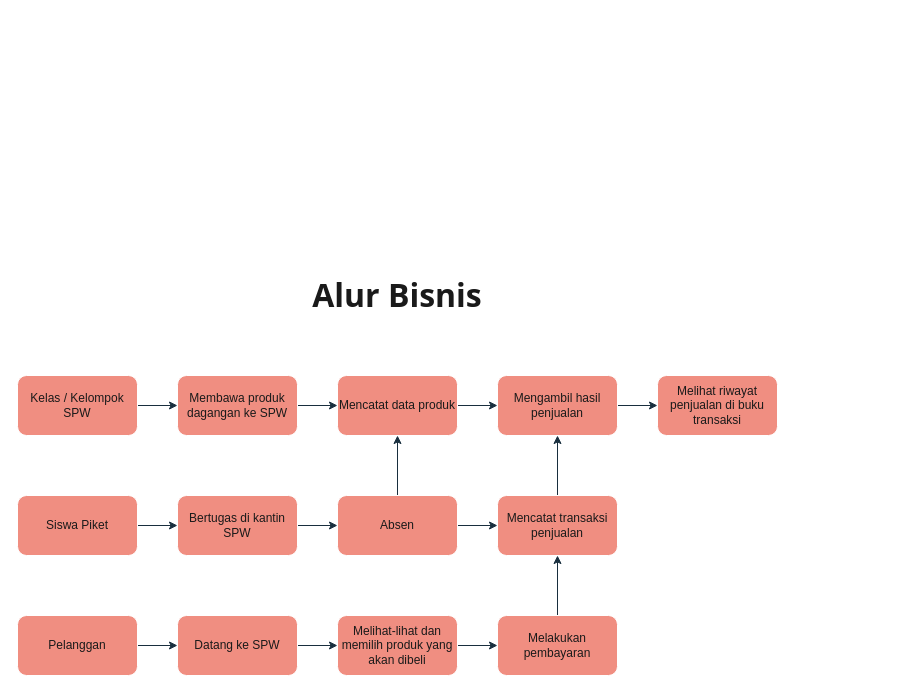
Earlier version of the draw.io diagram page "Alur Bisnis" (1 of 2) of Alur_KantinSPW.drawio (silvynrr/diagram-kantin-spw). Source tidied: cells renumbered, new cells numbered last; positions are measured from the earlier drawing's top-left corner, leaving out a move shared by most shapes. Both pictures are drawn from the tidied source at 100%, with x=0, y=0 at pixel (17, 255).
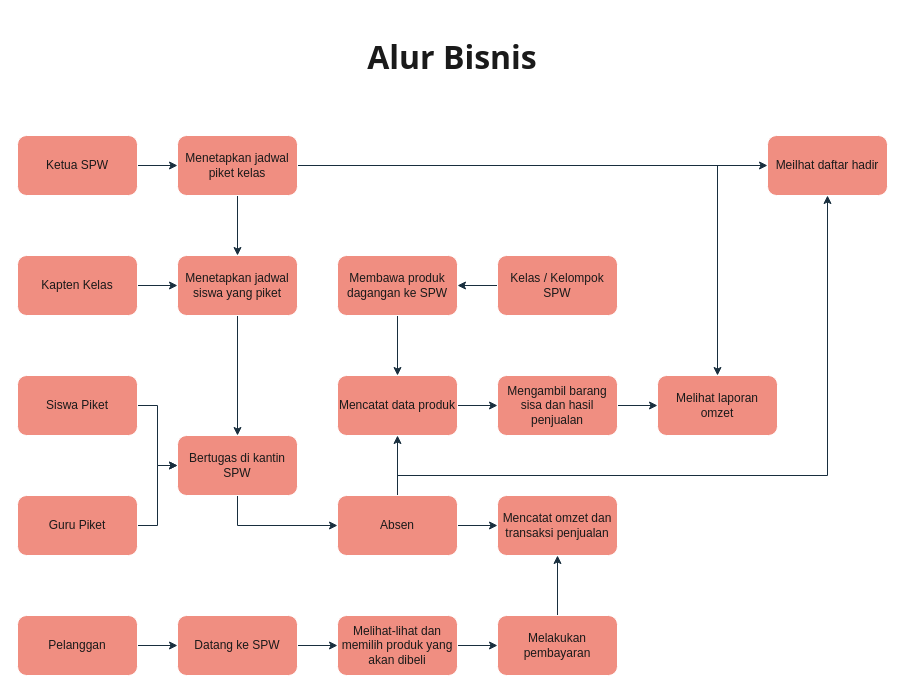
After the change.

Unchanged cells that the change refers to:
```xml
<mxCell id="10" value="Melakukan pembayaran" style="whiteSpace=wrap;html=1;fillColor=#F08E81;strokeColor=#FFFFFF;fontColor=#1A1A1A;rounded=1;labelBackgroundColor=none;" parent="1" vertex="1">
  <mxGeometry x="480" y="360" width="120" height="60" as="geometry" />
</mxCell>
<mxCell id="16" value="Mencatat data produk" style="whiteSpace=wrap;html=1;fillColor=#F08E81;strokeColor=#FFFFFF;fontColor=#1A1A1A;rounded=1;labelBackgroundColor=none;" parent="1" vertex="1">
  <mxGeometry x="320" y="120" width="120" height="60" as="geometry" />
</mxCell>
<mxCell id="23" value="Absen" style="rounded=1;whiteSpace=wrap;html=1;strokeColor=#FFFFFF;fontColor=#1A1A1A;fillColor=#F08E81;labelBackgroundColor=none;" parent="1" vertex="1">
  <mxGeometry x="320" y="240" width="120" height="60" as="geometry" />
</mxCell>
```

Change to the diagram source:
```diff
@@
     <mxCell id="2" value="Alur Bisnis" style="text;html=1;align=center;verticalAlign=middle;whiteSpace=wrap;rounded=0;fontColor=#1A1A1A;labelBackgroundColor=none;fontSize=32;fontStyle=1;fontFamily=Tahoma;" parent="1" vertex="1">
-      <mxGeometry width="760" height="80" as="geometry" />
+      <mxGeometry y="-238" width="870" height="80" as="geometry" />
     </mxCell>
+    <mxCell id="29" style="edgeStyle=orthogonalEdgeStyle;rounded=0;jettySize=auto;html=1;strokeColor=#182E3E;fontColor=#1A1A1A;" parent="1" edge="1" source="30" target="32">
+      <mxGeometry relative="1" as="geometry" />
+    </mxCell>
+    <mxCell id="30" value="Kapten Kelas" style="rounded=1;whiteSpace=wrap;html=1;strokeColor=#FFFFFF;fontColor=#1A1A1A;fillColor=#F08E81;labelBackgroundColor=none;" parent="1" vertex="1">
+      <mxGeometry width="120" height="60" as="geometry" />
+    </mxCell>
+    <mxCell id="31" style="edgeStyle=orthogonalEdgeStyle;rounded=0;jettySize=auto;html=1;strokeColor=#182E3E;fontColor=#1A1A1A;" parent="1" edge="1" source="32" target="20">
+      <mxGeometry relative="1" as="geometry" />
+    </mxCell>
+    <mxCell id="32" value="Menetapkan jadwal siswa yang piket" style="whiteSpace=wrap;html=1;fillColor=#F08E81;strokeColor=#FFFFFF;fontColor=#1A1A1A;rounded=1;labelBackgroundColor=none;" parent="1" vertex="1">
+      <mxGeometry x="160" width="120" height="60" as="geometry" />
+    </mxCell>
+    <mxCell id="33" style="edgeStyle=orthogonalEdgeStyle;rounded=0;jettySize=auto;html=1;strokeColor=#182E3E;fontColor=#1A1A1A;" parent="1" edge="1" source="34" target="38">
+      <mxGeometry relative="1" as="geometry" />
+    </mxCell>
+    <mxCell id="34" value="Ketua SPW" style="rounded=1;whiteSpace=wrap;html=1;strokeColor=#FFFFFF;fontColor=#1A1A1A;fillColor=#F08E81;labelBackgroundColor=none;" parent="1" vertex="1">
+      <mxGeometry y="-120" width="120" height="60" as="geometry" />
+    </mxCell>
+    <mxCell id="35" style="edgeStyle=orthogonalEdgeStyle;rounded=0;jettySize=auto;html=1;strokeColor=#182E3E;fontColor=#1A1A1A;" parent="1" edge="1" source="38" target="32">
+      <mxGeometry relative="1" as="geometry" />
+    </mxCell>
+    <mxCell id="36" style="edgeStyle=orthogonalEdgeStyle;rounded=0;jettySize=auto;html=1;strokeColor=#182E3E;fontColor=#1A1A1A;" parent="1" edge="1" source="38" target="46">
+      <mxGeometry relative="1" as="geometry" />
+    </mxCell>
+    <mxCell id="37" style="edgeStyle=orthogonalEdgeStyle;rounded=0;jettySize=auto;html=1;strokeColor=#182E3E;fontColor=#1A1A1A;" parent="1" edge="1" source="38" target="49">
+      <mxGeometry relative="1" as="geometry" />
+    </mxCell>
+    <mxCell id="38" value="Menetapkan jadwal piket kelas" style="whiteSpace=wrap;html=1;fillColor=#F08E81;strokeColor=#FFFFFF;fontColor=#1A1A1A;rounded=1;labelBackgroundColor=none;" parent="1" vertex="1">
+      <mxGeometry x="160" y="-120" width="120" height="60" as="geometry" />
+    </mxCell>
@@
-    <mxCell id="9" style="edgeStyle=orthogonalEdgeStyle;rounded=0;jettySize=auto;html=1;strokeColor=#182E3E;fontColor=default;labelBackgroundColor=none;" parent="1" edge="1" source="10" target="25">
-      <mxGeometry relative="1" as="geometry" />
-    </mxCell>
+    <mxCell id="39" style="edgeStyle=orthogonalEdgeStyle;rounded=0;jettySize=auto;html=1;strokeColor=#182E3E;fontColor=default;labelBackgroundColor=none;" parent="1" edge="1" source="10" target="43">
+      <mxGeometry relative="1" as="geometry" />
+    </mxCell>
@@
     <mxCell id="12" value="Kelas / Kelompok SPW" style="rounded=1;whiteSpace=wrap;html=1;strokeColor=#FFFFFF;fontColor=#1A1A1A;fillColor=#F08E81;labelBackgroundColor=none;" parent="1" vertex="1">
-      <mxGeometry y="120" width="120" height="60" as="geometry" />
+      <mxGeometry x="480" width="120" height="60" as="geometry" />
     </mxCell>
@@
     <mxCell id="14" value="Membawa produk dagangan ke SPW" style="whiteSpace=wrap;html=1;fillColor=#F08E81;strokeColor=#FFFFFF;fontColor=#1A1A1A;rounded=1;labelBackgroundColor=none;" parent="1" vertex="1">
-      <mxGeometry x="160" y="120" width="120" height="60" as="geometry" />
+      <mxGeometry x="320" width="120" height="60" as="geometry" />
     </mxCell>
-    <mxCell id="15" style="edgeStyle=orthogonalEdgeStyle;rounded=0;jettySize=auto;html=1;strokeColor=#182E3E;fontColor=default;labelBackgroundColor=none;" parent="1" edge="1" source="16" target="27">
-      <mxGeometry relative="1" as="geometry" />
-    </mxCell>
+    <mxCell id="40" style="edgeStyle=orthogonalEdgeStyle;rounded=0;jettySize=auto;html=1;strokeColor=#182E3E;fontColor=default;labelBackgroundColor=none;" parent="1" edge="1" source="16" target="45">
+      <mxGeometry relative="1" as="geometry" />
+    </mxCell>
@@
     <mxCell id="18" value="Siswa Piket" style="rounded=1;whiteSpace=wrap;html=1;strokeColor=#FFFFFF;fontColor=#1A1A1A;fillColor=#F08E81;labelBackgroundColor=none;" parent="1" vertex="1">
-      <mxGeometry y="240" width="120" height="60" as="geometry" />
+      <mxGeometry y="120" width="120" height="60" as="geometry" />
     </mxCell>
     <mxCell id="19" style="edgeStyle=orthogonalEdgeStyle;rounded=0;jettySize=auto;html=1;strokeColor=#182E3E;fontColor=default;labelBackgroundColor=none;" parent="1" edge="1" source="20" target="23">
-      <mxGeometry relative="1" as="geometry" />
+      <mxGeometry relative="1" as="geometry">
+        <Array as="points">
+          <mxPoint x="220" y="270" />
+        </Array>
+      </mxGeometry>
     </mxCell>
     <mxCell id="20" value="Bertugas di kantin SPW" style="rounded=1;whiteSpace=wrap;html=1;strokeColor=#FFFFFF;fontColor=#1A1A1A;fillColor=#F08E81;labelBackgroundColor=none;" parent="1" vertex="1">
-      <mxGeometry x="160" y="240" width="120" height="60" as="geometry" />
+      <mxGeometry x="160" y="180" width="120" height="60" as="geometry" />
     </mxCell>
@@
-    <mxCell id="22" style="edgeStyle=orthogonalEdgeStyle;rounded=0;jettySize=auto;html=1;strokeColor=#182E3E;fontColor=default;labelBackgroundColor=none;" parent="1" edge="1" source="23" target="25">
-      <mxGeometry relative="1" as="geometry" />
-    </mxCell>
+    <mxCell id="41" style="edgeStyle=orthogonalEdgeStyle;rounded=0;jettySize=auto;html=1;strokeColor=#182E3E;fontColor=default;labelBackgroundColor=none;" parent="1" edge="1" source="23" target="43">
+      <mxGeometry relative="1" as="geometry" />
+    </mxCell>
+    <mxCell id="42" style="edgeStyle=orthogonalEdgeStyle;rounded=0;jettySize=auto;html=1;strokeColor=#182E3E;fontColor=#1A1A1A;" parent="1" edge="1" source="23" target="49">
+      <mxGeometry relative="1" as="geometry">
+        <Array as="points">
+          <mxPoint x="380" y="220" />
+          <mxPoint x="810" y="220" />
+        </Array>
+      </mxGeometry>
+    </mxCell>
@@
-    <mxCell id="24" style="edgeStyle=orthogonalEdgeStyle;rounded=0;jettySize=auto;html=1;strokeColor=#182E3E;fontColor=default;labelBackgroundColor=none;" parent="1" edge="1" source="25" target="27">
-      <mxGeometry relative="1" as="geometry" />
-    </mxCell>
-    <mxCell id="25" value="Mencatat transaksi penjualan" style="rounded=1;whiteSpace=wrap;html=1;strokeColor=#FFFFFF;fontColor=#1A1A1A;fillColor=#F08E81;labelBackgroundColor=none;" parent="1" vertex="1">
-      <mxGeometry x="480" y="240" width="120" height="60" as="geometry" />
-    </mxCell>
-    <mxCell id="26" style="edgeStyle=orthogonalEdgeStyle;rounded=0;jettySize=auto;html=1;strokeColor=#182E3E;fontColor=default;labelBackgroundColor=none;" parent="1" edge="1" source="27" target="28">
-      <mxGeometry relative="1" as="geometry" />
-    </mxCell>
-    <mxCell id="27" value="Mengambil hasil penjualan" style="whiteSpace=wrap;html=1;fillColor=#F08E81;strokeColor=#FFFFFF;fontColor=#1A1A1A;rounded=1;labelBackgroundColor=none;" parent="1" vertex="1">
-      <mxGeometry x="480" y="120" width="120" height="60" as="geometry" />
-    </mxCell>
-    <mxCell id="28" value="Melihat riwayat penjualan di buku transaksi" style="whiteSpace=wrap;html=1;fillColor=#F08E81;strokeColor=#FFFFFF;fontColor=#1A1A1A;rounded=1;labelBackgroundColor=none;" parent="1" vertex="1">
-      <mxGeometry x="640" y="120" width="120" height="60" as="geometry" />
-    </mxCell>
+    <mxCell id="43" value="Mencatat omzet dan transaksi penjualan" style="rounded=1;whiteSpace=wrap;html=1;strokeColor=#FFFFFF;fontColor=#1A1A1A;fillColor=#F08E81;labelBackgroundColor=none;" parent="1" vertex="1">
+      <mxGeometry x="480" y="240" width="120" height="60" as="geometry" />
+    </mxCell>
+    <mxCell id="44" style="edgeStyle=orthogonalEdgeStyle;rounded=0;jettySize=auto;html=1;strokeColor=#182E3E;fontColor=default;labelBackgroundColor=none;" parent="1" edge="1" source="45" target="46">
+      <mxGeometry relative="1" as="geometry" />
+    </mxCell>
+    <mxCell id="45" value="Mengambil barang sisa dan hasil penjualan" style="whiteSpace=wrap;html=1;fillColor=#F08E81;strokeColor=#FFFFFF;fontColor=#1A1A1A;rounded=1;labelBackgroundColor=none;" parent="1" vertex="1">
+      <mxGeometry x="480" y="120" width="120" height="60" as="geometry" />
+    </mxCell>
+    <mxCell id="46" value="Melihat laporan omzet" style="whiteSpace=wrap;html=1;fillColor=#F08E81;strokeColor=#FFFFFF;fontColor=#1A1A1A;rounded=1;labelBackgroundColor=none;" parent="1" vertex="1">
+      <mxGeometry x="640" y="120" width="120" height="60" as="geometry" />
+    </mxCell>
+    <mxCell id="47" style="edgeStyle=orthogonalEdgeStyle;rounded=0;jettySize=auto;html=1;strokeColor=#182E3E;fontColor=#1A1A1A;" parent="1" edge="1" source="48" target="20">
+      <mxGeometry relative="1" as="geometry" />
+    </mxCell>
+    <mxCell id="48" value="Guru Piket" style="rounded=1;whiteSpace=wrap;html=1;strokeColor=#FFFFFF;fontColor=#1A1A1A;fillColor=#F08E81;labelBackgroundColor=none;" parent="1" vertex="1">
+      <mxGeometry y="240" width="120" height="60" as="geometry" />
+    </mxCell>
+    <mxCell id="49" value="Meilhat daftar hadir" style="whiteSpace=wrap;html=1;fillColor=#F08E81;strokeColor=#FFFFFF;fontColor=#1A1A1A;rounded=1;labelBackgroundColor=none;" parent="1" vertex="1">
+      <mxGeometry x="750" y="-120" width="120" height="60" as="geometry" />
+    </mxCell>
```
